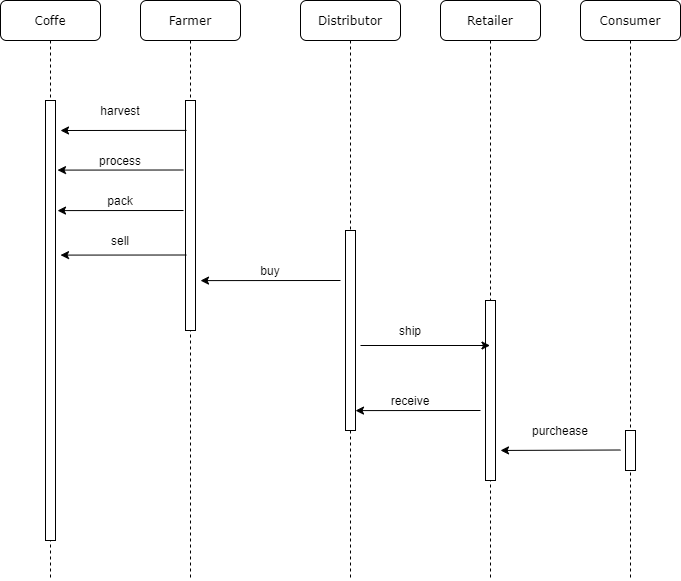
Above: uml/sequence.png in alejandroe4/EthereumDappforTrackingItemsthroughSupplyChain (draw.io), before the change. Source tidied: cells renumbered, new cells last; positions are measured from the earlier drawing's top-left corner, leaving out a move shared by most shapes. The source it was exported from:
```xml
<mxGraphModel>
  <root>
    <mxCell id="0" />
    <mxCell id="1" parent="0" />
    <mxCell id="2" value="Farmer" style="shape=umlLifeline;perimeter=lifelinePerimeter;whiteSpace=wrap;html=1;rounded=1;shadow=0;comic=0;labelBackgroundColor=none;strokeWidth=1;fontFamily=Verdana;fontSize=12;align=center;" parent="1" vertex="1">
      <mxGeometry x="140" width="100" height="580" as="geometry" />
    </mxCell>
    <mxCell id="3" style="html=1;points=[];perimeter=orthogonalPerimeter;rounded=0;shadow=0;comic=0;labelBackgroundColor=none;strokeWidth=1;fontFamily=Verdana;fontSize=12;align=center;" parent="2" vertex="1">
      <mxGeometry x="45" y="100" width="10" height="230" as="geometry" />
    </mxCell>
    <mxCell id="4" value="Distributor" style="shape=umlLifeline;perimeter=lifelinePerimeter;whiteSpace=wrap;html=1;rounded=1;shadow=0;comic=0;labelBackgroundColor=none;strokeWidth=1;fontFamily=Verdana;fontSize=12;align=center;" parent="1" vertex="1">
      <mxGeometry x="300" width="100" height="580" as="geometry" />
    </mxCell>
    <mxCell id="5" style="html=1;points=[];perimeter=orthogonalPerimeter;rounded=0;shadow=0;comic=0;labelBackgroundColor=none;strokeWidth=1;fontFamily=Verdana;fontSize=12;align=center;" parent="4" vertex="1">
      <mxGeometry x="45" y="230" width="10" height="200" as="geometry" />
    </mxCell>
    <mxCell id="6" value="Retailer" style="shape=umlLifeline;perimeter=lifelinePerimeter;whiteSpace=wrap;html=1;outlineConnect=0;rounded=1;shadow=0;comic=0;labelBackgroundColor=none;strokeWidth=1;fontFamily=Verdana;fontSize=12;align=center;" parent="1" vertex="1">
      <mxGeometry x="440" width="100" height="580" as="geometry" />
    </mxCell>
    <mxCell id="7" value="Consumer" style="shape=umlLifeline;perimeter=lifelinePerimeter;whiteSpace=wrap;html=1;rounded=1;shadow=0;comic=0;labelBackgroundColor=none;strokeWidth=1;fontFamily=Verdana;fontSize=12;align=center;" parent="1" vertex="1">
      <mxGeometry x="580" width="100" height="580" as="geometry" />
    </mxCell>
    <mxCell id="8" value="Coffe" style="shape=umlLifeline;perimeter=lifelinePerimeter;whiteSpace=wrap;html=1;rounded=1;shadow=0;comic=0;labelBackgroundColor=none;strokeWidth=1;fontFamily=Verdana;fontSize=12;align=center;" parent="1" vertex="1">
      <mxGeometry width="100" height="580" as="geometry" />
    </mxCell>
    <mxCell id="9" style="html=1;perimeter=orthogonalPerimeter;rounded=0;shadow=0;comic=0;labelBackgroundColor=none;strokeWidth=1;fontFamily=Verdana;fontSize=12;align=center;" parent="8" vertex="1">
      <mxGeometry x="45" y="100" width="10" height="440" as="geometry" />
    </mxCell>
    <mxCell id="10" style="html=1;points=[];perimeter=orthogonalPerimeter;rounded=0;shadow=0;comic=0;labelBackgroundColor=none;strokeWidth=1;fontFamily=Verdana;fontSize=12;align=center;" parent="1" vertex="1">
      <mxGeometry x="485" y="300" width="10" height="180" as="geometry" />
    </mxCell>
    <mxCell id="11" style="html=1;perimeter=orthogonalPerimeter;rounded=0;shadow=0;comic=0;labelBackgroundColor=none;strokeWidth=1;fontFamily=Verdana;fontSize=12;align=center;" parent="1" vertex="1">
      <mxGeometry x="625" y="430" width="10" height="40" as="geometry" />
    </mxCell>
    <mxCell id="12" style="endArrow=classic;html=1;exitX=0.1;exitY=0.13;exitDx=0;exitDy=0;exitPerimeter=0;" parent="1" edge="1" source="3">
      <mxGeometry relative="1" as="geometry">
        <mxPoint x="60" y="130" as="targetPoint" />
      </mxGeometry>
    </mxCell>
    <mxCell id="13" value="harvest" style="text;html=1;strokeColor=none;fillColor=none;align=center;verticalAlign=middle;whiteSpace=wrap;rounded=0;" parent="1" vertex="1">
      <mxGeometry x="100" y="100" width="40" height="20" as="geometry" />
    </mxCell>
    <mxCell id="14" style="endArrow=classic;html=1;exitX=0.1;exitY=0.13;exitDx=0;exitDy=0;exitPerimeter=0;" parent="1" edge="1">
      <mxGeometry relative="1" as="geometry">
        <mxPoint x="183" y="169.5" as="sourcePoint" />
        <mxPoint x="57" y="169.6" as="targetPoint" />
      </mxGeometry>
    </mxCell>
    <mxCell id="15" value="process" style="text;html=1;strokeColor=none;fillColor=none;align=center;verticalAlign=middle;whiteSpace=wrap;rounded=0;" parent="1" vertex="1">
      <mxGeometry x="100" y="150" width="40" height="20" as="geometry" />
    </mxCell>
    <mxCell id="16" style="endArrow=classic;html=1;exitX=0.1;exitY=0.13;exitDx=0;exitDy=0;exitPerimeter=0;" parent="1" edge="1">
      <mxGeometry relative="1" as="geometry">
        <mxPoint x="183" y="210" as="sourcePoint" />
        <mxPoint x="57" y="210.1" as="targetPoint" />
      </mxGeometry>
    </mxCell>
    <mxCell id="17" value="pack" style="text;html=1;strokeColor=none;fillColor=none;align=center;verticalAlign=middle;whiteSpace=wrap;rounded=0;" parent="1" vertex="1">
      <mxGeometry x="100" y="190" width="40" height="20" as="geometry" />
    </mxCell>
    <mxCell id="18" style="endArrow=classic;html=1;exitX=0.1;exitY=0.13;exitDx=0;exitDy=0;exitPerimeter=0;" parent="1" edge="1">
      <mxGeometry relative="1" as="geometry">
        <mxPoint x="186" y="254.5" as="sourcePoint" />
        <mxPoint x="60" y="254.6" as="targetPoint" />
      </mxGeometry>
    </mxCell>
    <mxCell id="19" value="sell" style="text;html=1;strokeColor=none;fillColor=none;align=center;verticalAlign=middle;whiteSpace=wrap;rounded=0;" parent="1" vertex="1">
      <mxGeometry x="100" y="230" width="40" height="20" as="geometry" />
    </mxCell>
    <mxCell id="20" style="endArrow=classic;html=1;" parent="1" edge="1">
      <mxGeometry relative="1" as="geometry">
        <mxPoint x="340" y="280" as="sourcePoint" />
        <mxPoint x="200" y="280.1" as="targetPoint" />
      </mxGeometry>
    </mxCell>
    <mxCell id="21" value="buy" style="text;html=1;strokeColor=none;fillColor=none;align=center;verticalAlign=middle;whiteSpace=wrap;rounded=0;" parent="1" vertex="1">
      <mxGeometry x="250" y="260" width="40" height="20" as="geometry" />
    </mxCell>
    <mxCell id="22" style="endArrow=classic;html=1;" parent="1" edge="1">
      <mxGeometry relative="1" as="geometry">
        <mxPoint x="480" y="410" as="sourcePoint" />
        <mxPoint x="355" y="410.1" as="targetPoint" />
      </mxGeometry>
    </mxCell>
    <mxCell id="23" style="endArrow=classic;html=1;entryX=1.5;entryY=0.833;entryDx=0;entryDy=0;entryPerimeter=0;" parent="1" edge="1" target="10">
      <mxGeometry relative="1" as="geometry">
        <mxPoint x="620" y="449.5" as="sourcePoint" />
      </mxGeometry>
    </mxCell>
    <mxCell id="24" style="endArrow=classic;html=1;exitX=1.5;exitY=0.575;exitDx=0;exitDy=0;exitPerimeter=0;" parent="1" edge="1" source="5" target="6">
      <mxGeometry relative="1" as="geometry" />
    </mxCell>
    <mxCell id="25" value="ship" style="text;html=1;strokeColor=none;fillColor=none;align=center;verticalAlign=middle;whiteSpace=wrap;rounded=0;" parent="1" vertex="1">
      <mxGeometry x="390" y="320" width="40" height="20" as="geometry" />
    </mxCell>
    <mxCell id="26" value="receive" style="text;html=1;strokeColor=none;fillColor=none;align=center;verticalAlign=middle;whiteSpace=wrap;rounded=0;" parent="1" vertex="1">
      <mxGeometry x="390" y="390" width="40" height="20" as="geometry" />
    </mxCell>
    <mxCell id="27" value="purchease" style="text;html=1;strokeColor=none;fillColor=none;align=center;verticalAlign=middle;whiteSpace=wrap;rounded=0;" parent="1" vertex="1">
      <mxGeometry x="540" y="420" width="40" height="20" as="geometry" />
    </mxCell>
  </root>
</mxGraphModel>
```
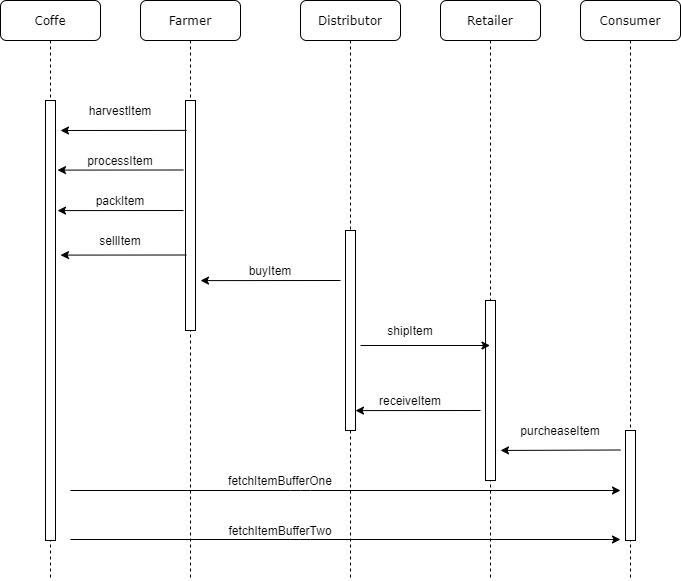
After the commit.

Change to the diagram source:
```diff
@@ -30,14 +30,14 @@
       <mxGeometry x="485" y="300" width="10" height="180" as="geometry" />
     </mxCell>
     <mxCell id="11" style="html=1;perimeter=orthogonalPerimeter;rounded=0;shadow=0;comic=0;labelBackgroundColor=none;strokeWidth=1;fontFamily=Verdana;fontSize=12;align=center;" parent="1" vertex="1">
-      <mxGeometry x="625" y="430" width="10" height="40" as="geometry" />
+      <mxGeometry x="625" y="430" width="10" height="110" as="geometry" />
     </mxCell>
     <mxCell id="12" style="endArrow=classic;html=1;exitX=0.1;exitY=0.13;exitDx=0;exitDy=0;exitPerimeter=0;" parent="1" edge="1" source="3">
       <mxGeometry relative="1" as="geometry">
         <mxPoint x="60" y="130" as="targetPoint" />
       </mxGeometry>
     </mxCell>
-    <mxCell id="13" value="harvest" style="text;html=1;strokeColor=none;fillColor=none;align=center;verticalAlign=middle;whiteSpace=wrap;rounded=0;" parent="1" vertex="1">
+    <mxCell id="13" value="harvestItem" style="text;html=1;strokeColor=none;fillColor=none;align=center;verticalAlign=middle;whiteSpace=wrap;rounded=0;" parent="1" vertex="1">
       <mxGeometry x="100" y="100" width="40" height="20" as="geometry" />
     </mxCell>
     <mxCell id="14" style="endArrow=classic;html=1;exitX=0.1;exitY=0.13;exitDx=0;exitDy=0;exitPerimeter=0;" parent="1" edge="1">
@@ -46,7 +46,7 @@
         <mxPoint x="57" y="169.6" as="targetPoint" />
       </mxGeometry>
     </mxCell>
-    <mxCell id="15" value="process" style="text;html=1;strokeColor=none;fillColor=none;align=center;verticalAlign=middle;whiteSpace=wrap;rounded=0;" parent="1" vertex="1">
+    <mxCell id="15" value="processItem" style="text;html=1;strokeColor=none;fillColor=none;align=center;verticalAlign=middle;whiteSpace=wrap;rounded=0;" parent="1" vertex="1">
       <mxGeometry x="100" y="150" width="40" height="20" as="geometry" />
     </mxCell>
     <mxCell id="16" style="endArrow=classic;html=1;exitX=0.1;exitY=0.13;exitDx=0;exitDy=0;exitPerimeter=0;" parent="1" edge="1">
@@ -55,7 +55,7 @@
         <mxPoint x="57" y="210.1" as="targetPoint" />
       </mxGeometry>
     </mxCell>
-    <mxCell id="17" value="pack" style="text;html=1;strokeColor=none;fillColor=none;align=center;verticalAlign=middle;whiteSpace=wrap;rounded=0;" parent="1" vertex="1">
+    <mxCell id="17" value="packItem" style="text;html=1;strokeColor=none;fillColor=none;align=center;verticalAlign=middle;whiteSpace=wrap;rounded=0;" parent="1" vertex="1">
       <mxGeometry x="100" y="190" width="40" height="20" as="geometry" />
     </mxCell>
     <mxCell id="18" style="endArrow=classic;html=1;exitX=0.1;exitY=0.13;exitDx=0;exitDy=0;exitPerimeter=0;" parent="1" edge="1">
@@ -64,7 +64,7 @@
         <mxPoint x="60" y="254.6" as="targetPoint" />
       </mxGeometry>
     </mxCell>
-    <mxCell id="19" value="sell" style="text;html=1;strokeColor=none;fillColor=none;align=center;verticalAlign=middle;whiteSpace=wrap;rounded=0;" parent="1" vertex="1">
+    <mxCell id="19" value="sellItem" style="text;html=1;strokeColor=none;fillColor=none;align=center;verticalAlign=middle;whiteSpace=wrap;rounded=0;" parent="1" vertex="1">
       <mxGeometry x="100" y="230" width="40" height="20" as="geometry" />
     </mxCell>
     <mxCell id="20" style="endArrow=classic;html=1;" parent="1" edge="1">
@@ -73,7 +73,7 @@
         <mxPoint x="200" y="280.1" as="targetPoint" />
       </mxGeometry>
     </mxCell>
-    <mxCell id="21" value="buy" style="text;html=1;strokeColor=none;fillColor=none;align=center;verticalAlign=middle;whiteSpace=wrap;rounded=0;" parent="1" vertex="1">
+    <mxCell id="21" value="buyItem" style="text;html=1;strokeColor=none;fillColor=none;align=center;verticalAlign=middle;whiteSpace=wrap;rounded=0;" parent="1" vertex="1">
       <mxGeometry x="250" y="260" width="40" height="20" as="geometry" />
     </mxCell>
     <mxCell id="22" style="endArrow=classic;html=1;" parent="1" edge="1">
@@ -90,14 +90,38 @@
     <mxCell id="24" style="endArrow=classic;html=1;exitX=1.5;exitY=0.575;exitDx=0;exitDy=0;exitPerimeter=0;" parent="1" edge="1" source="5" target="6">
       <mxGeometry relative="1" as="geometry" />
     </mxCell>
-    <mxCell id="25" value="ship" style="text;html=1;strokeColor=none;fillColor=none;align=center;verticalAlign=middle;whiteSpace=wrap;rounded=0;" parent="1" vertex="1">
+    <mxCell id="25" value="shipItem" style="text;html=1;strokeColor=none;fillColor=none;align=center;verticalAlign=middle;whiteSpace=wrap;rounded=0;" parent="1" vertex="1">
       <mxGeometry x="390" y="320" width="40" height="20" as="geometry" />
     </mxCell>
-    <mxCell id="26" value="receive" style="text;html=1;strokeColor=none;fillColor=none;align=center;verticalAlign=middle;whiteSpace=wrap;rounded=0;" parent="1" vertex="1">
+    <mxCell id="26" value="receiveItem" style="text;html=1;strokeColor=none;fillColor=none;align=center;verticalAlign=middle;whiteSpace=wrap;rounded=0;" parent="1" vertex="1">
       <mxGeometry x="390" y="390" width="40" height="20" as="geometry" />
     </mxCell>
-    <mxCell id="27" value="purchease" style="text;html=1;strokeColor=none;fillColor=none;align=center;verticalAlign=middle;whiteSpace=wrap;rounded=0;" parent="1" vertex="1">
+    <mxCell id="27" value="purcheaseItem" style="text;html=1;strokeColor=none;fillColor=none;align=center;verticalAlign=middle;whiteSpace=wrap;rounded=0;" parent="1" vertex="1">
       <mxGeometry x="540" y="420" width="40" height="20" as="geometry" />
     </mxCell>
+    <mxCell id="28" style="endArrow=classic;html=1;" parent="1" edge="1">
+      <mxGeometry relative="1" as="geometry">
+        <mxPoint x="70" y="490" as="sourcePoint" />
+        <mxPoint x="620" y="490" as="targetPoint" />
+        <Array as="points">
+          <mxPoint x="300" y="490" />
+        </Array>
+      </mxGeometry>
+    </mxCell>
+    <mxCell id="29" style="endArrow=classic;html=1;" parent="1" edge="1">
+      <mxGeometry relative="1" as="geometry">
+        <mxPoint x="70" y="539" as="sourcePoint" />
+        <mxPoint x="620" y="539" as="targetPoint" />
+        <Array as="points">
+          <mxPoint x="300" y="539" />
+        </Array>
+      </mxGeometry>
+    </mxCell>
+    <mxCell id="30" value="fetchItemBufferOne" style="text;html=1;strokeColor=none;fillColor=none;align=center;verticalAlign=middle;whiteSpace=wrap;rounded=0;" parent="1" vertex="1">
+      <mxGeometry x="260" y="470" width="40" height="20" as="geometry" />
+    </mxCell>
+    <mxCell id="31" value="fetchItemBufferTwo" style="text;html=1;strokeColor=none;fillColor=none;align=center;verticalAlign=middle;whiteSpace=wrap;rounded=0;" parent="1" vertex="1">
+      <mxGeometry x="260" y="520" width="40" height="20" as="geometry" />
+    </mxCell>
   </root>
 </mxGraphModel>
```
